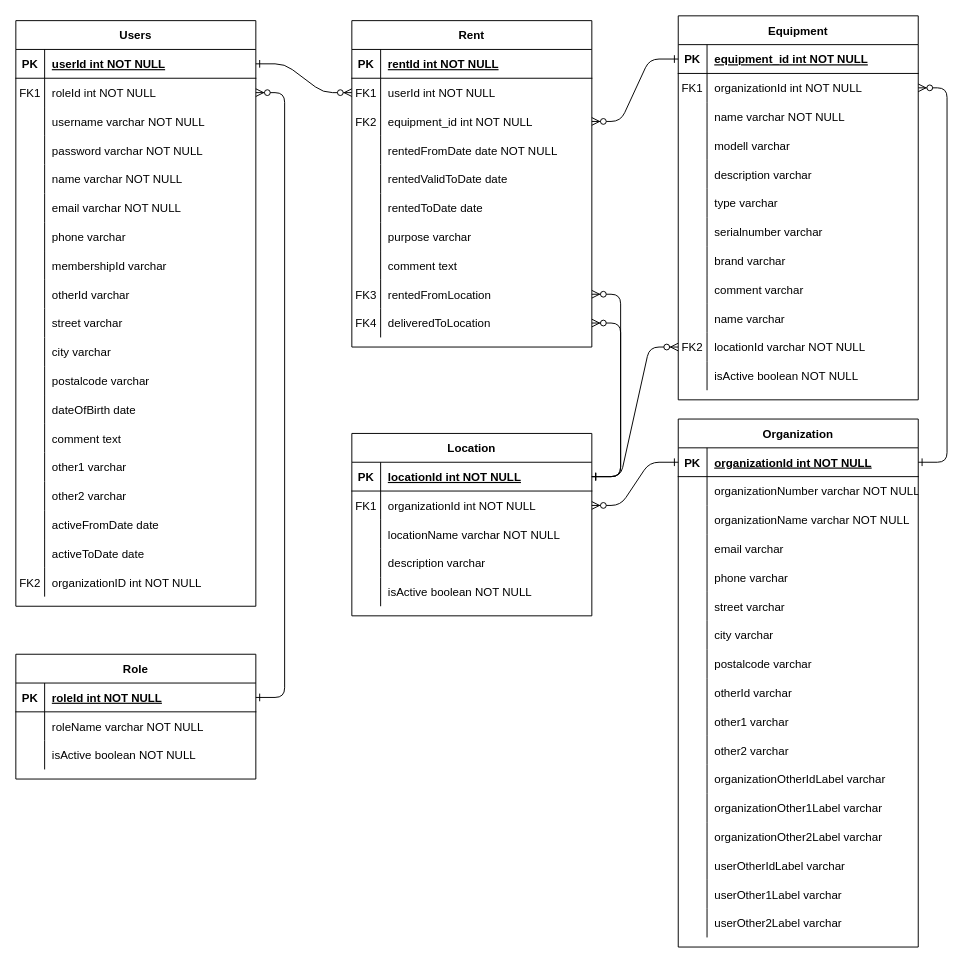
Above: Database.drawio in roarengen/equiplib (draw.io), before the change. Source tidied: cells renumbered, new cells numbered last; positions are measured from the earlier drawing's top-left corner, leaving out a move shared by most shapes. Both pictures are drawn from the tidied source at 96%, with x=0, y=0 at pixel (15, 15).
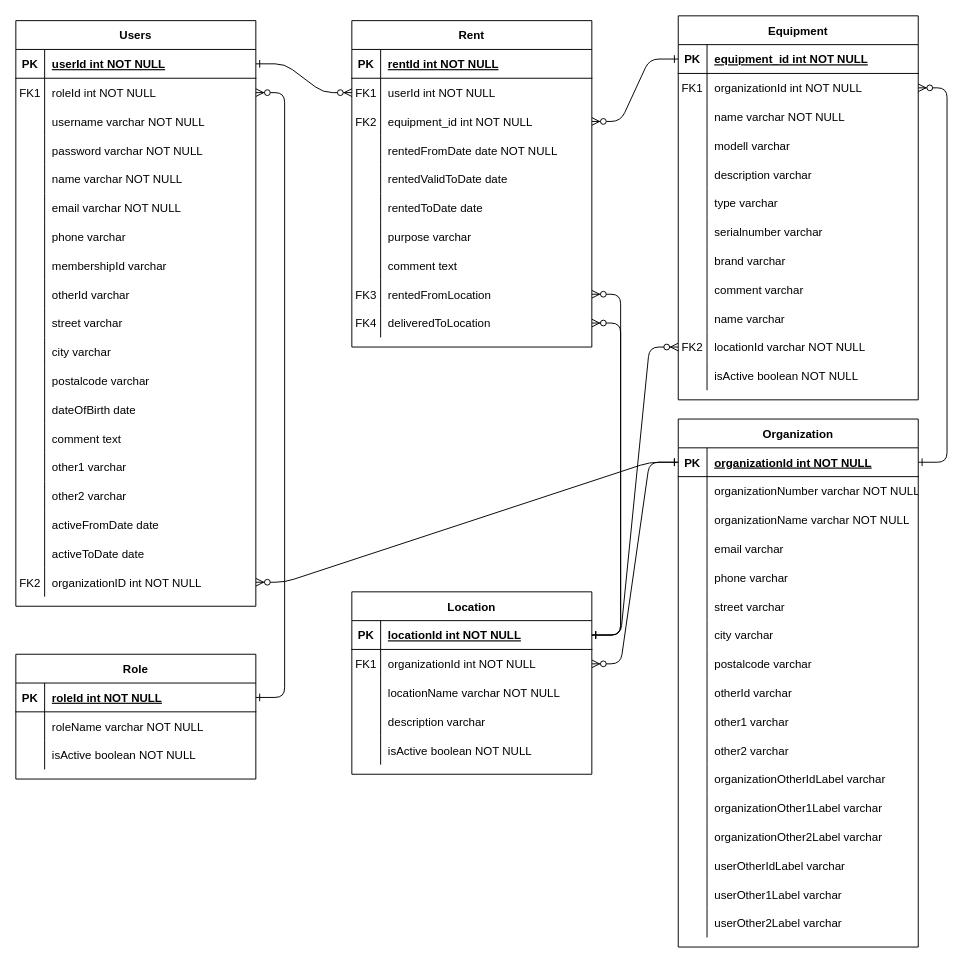
The same page after the edit.

The change refers to these unchanged cells:
```xml
<mxCell id="59" style="shape=partialRectangle;fillColor=none;points=[[0,0.5],[1,0.5]];portConstraint=eastwest;top=0;left=0;right=0;bottom=0;" parent="4" vertex="1">
  <mxGeometry y="570" width="250" height="30" as="geometry" />
</mxCell>
<mxCell id="160" style="shape=partialRectangle;fillColor=none;points=[[0,0.5],[1,0.5]];portConstraint=eastwest;top=0;left=0;right=0;bottom=1;" parent="159" vertex="1">
  <mxGeometry y="30" width="250" height="30" as="geometry" />
</mxCell>
```

The edit, as a diff of the source:
```diff
@@
     <mxCell id="141" value="Location" style="shape=table;startSize=30;childLayout=tableLayout;rowLines=0;fontStyle=1;align=center;" parent="1" vertex="1">
-      <mxGeometry x="350" y="435" width="250" height="190" as="geometry" />
+      <mxGeometry x="350" y="600" width="250" height="190" as="geometry" />
     </mxCell>
@@
+    <mxCell id="214" style="edgeStyle=entityRelationEdgeStyle;endArrow=ERzeroToMany;startArrow=ERone;endFill=1;startFill=0;exitX=0;exitY=0.5;exitDx=0;exitDy=0;" parent="1" edge="1" source="160" target="59">
+      <mxGeometry relative="1" as="geometry" />
+    </mxCell>
```
